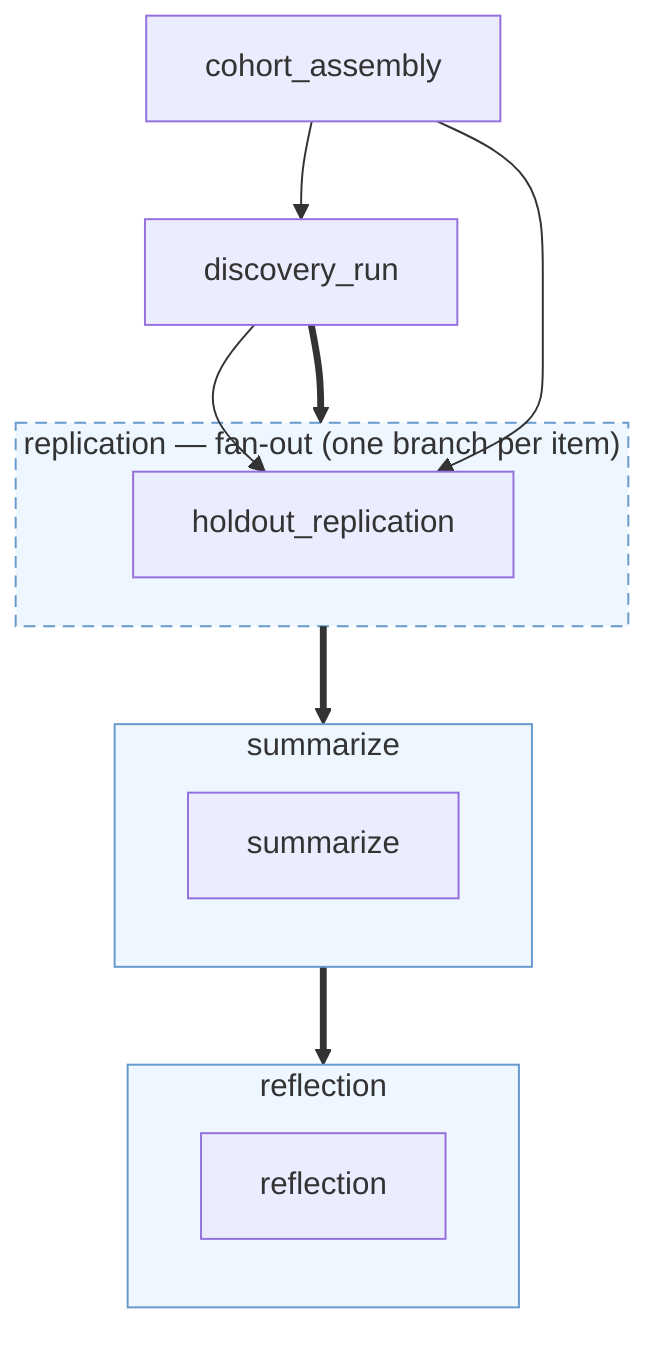
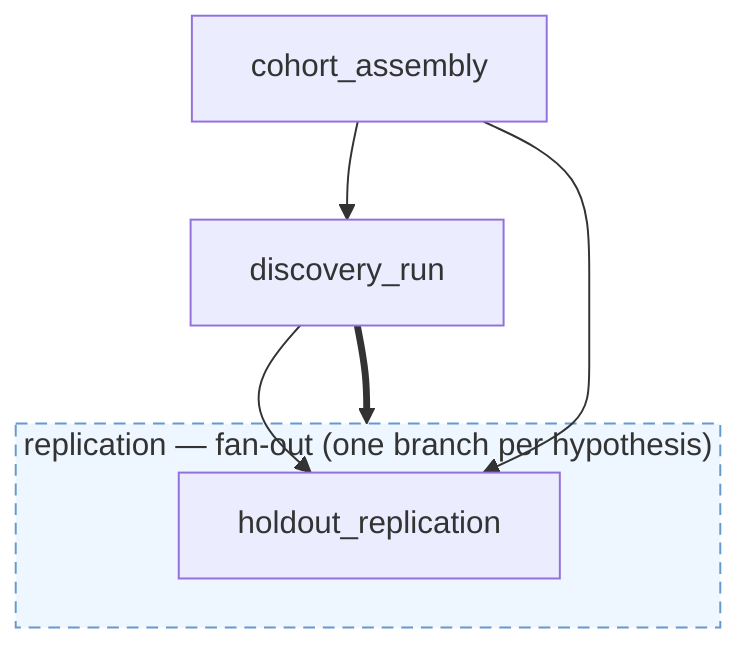
%% auto_discovery — generated by scripts/compile-schemas.py from assets/workflows.yaml; do not edit
%% thick ==> : a loop's child order  ·  thin --> : data input  ·  dashed: input from outside this loop
flowchart TD
  classDef external stroke-dasharray: 3 3,color:#888888
  cohort_assembly["cohort_assembly"]
  discovery_run["discovery_run"]
-   subgraph replication["replication — fan-out (one branch per item)"]
+   subgraph replication["replication — fan-out (one branch per hypothesis)"]
    replication__holdout_replication["holdout_replication"]
  end
-   subgraph summarize["summarize"]
-     summarize__summarize["summarize"]
-   end
-   subgraph reflection["reflection"]
-     reflection__reflection["reflection"]
-   end
  discovery_run ==> replication
-   replication ==> summarize
-   summarize ==> reflection
  cohort_assembly --> discovery_run
  discovery_run --> replication__holdout_replication
  cohort_assembly --> replication__holdout_replication
  style replication fill:#eef6ff,stroke:#6699cc,stroke-dasharray: 6 4
-   style summarize fill:#eef6ff,stroke:#6699cc
-   style reflection fill:#eef6ff,stroke:#6699cc
